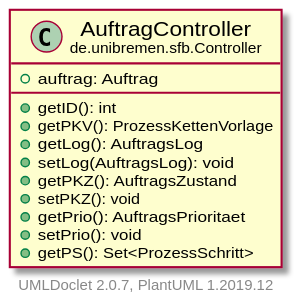
Above: doc/UML/modulsichtSVG/AuftragController.svg in fkehlenb/softwareprojekt-2 (PlantUML), before the change.
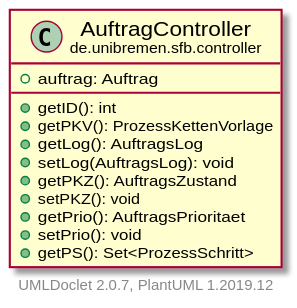
Later version of the same file.

Diff of the diagram source:
```diff
@@ -3,7 +3,7 @@
     hide empty fields
     hide empty methods
 
-    class "<size:14>AuftragController\n<size:10>de.unibremen.sfb.Controller" as de.unibremen.sfb.Controller.AuftragController [[AuftragController.html]] {
+    class "<size:14>AuftragController\n<size:10>de.unibremen.sfb.controller" as de.unibremen.sfb.controller.AuftragController [[AuftragController.html]] {
         +auftrag: Auftrag
         +getID(): int
         +getPKV(): ProzessKettenVorlage
```
